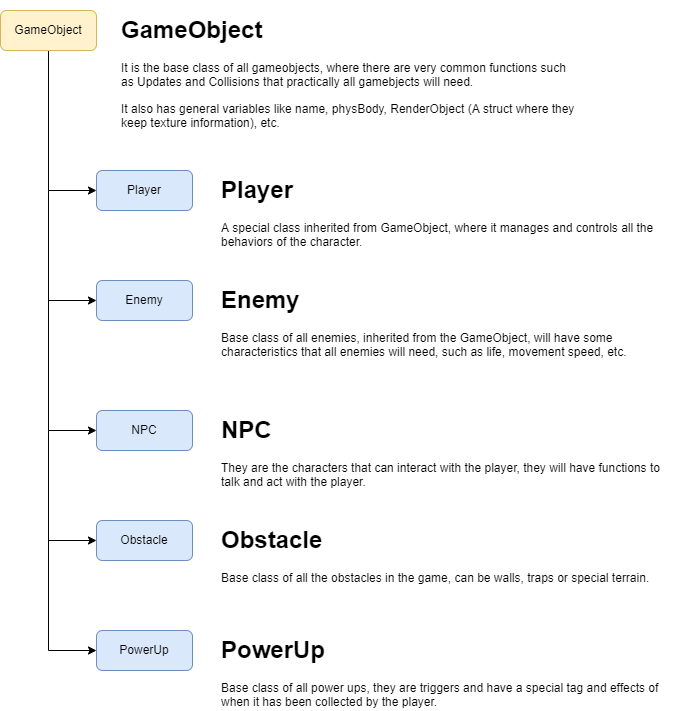
The draw.io diagram img/wiki_img/TDD/GameObject.png in Project2CITM/The-Last-Purifier, before a commit. Source tidied: cells renumbered, new cells last; positions are measured from the earlier drawing's top-left corner, leaving out a move shared by most shapes. Its diagram source:
```xml
<mxGraphModel>
  <root>
    <mxCell id="0" />
    <mxCell id="1" parent="0" />
    <mxCell id="2" style="edgeStyle=orthogonalEdgeStyle;rounded=0;jettySize=auto;html=1;exitX=0.5;exitY=1;exitDx=0;exitDy=0;entryX=0;entryY=0.5;entryDx=0;entryDy=0;" parent="1" edge="1" source="7" target="8">
      <mxGeometry relative="1" as="geometry" />
    </mxCell>
    <mxCell id="3" style="edgeStyle=orthogonalEdgeStyle;rounded=0;jettySize=auto;html=1;exitX=0.5;exitY=1;exitDx=0;exitDy=0;entryX=0;entryY=0.5;entryDx=0;entryDy=0;" parent="1" edge="1" source="7" target="9">
      <mxGeometry relative="1" as="geometry" />
    </mxCell>
    <mxCell id="4" style="edgeStyle=orthogonalEdgeStyle;rounded=0;jettySize=auto;html=1;exitX=0.5;exitY=1;exitDx=0;exitDy=0;entryX=0;entryY=0.5;entryDx=0;entryDy=0;" parent="1" edge="1" source="7" target="10">
      <mxGeometry relative="1" as="geometry" />
    </mxCell>
    <mxCell id="5" style="edgeStyle=orthogonalEdgeStyle;rounded=0;jettySize=auto;html=1;exitX=0.5;exitY=1;exitDx=0;exitDy=0;entryX=0;entryY=0.5;entryDx=0;entryDy=0;" parent="1" edge="1" source="7" target="11">
      <mxGeometry relative="1" as="geometry" />
    </mxCell>
    <mxCell id="6" style="edgeStyle=orthogonalEdgeStyle;rounded=0;jettySize=auto;html=1;exitX=0.5;exitY=1;exitDx=0;exitDy=0;entryX=0;entryY=0.5;entryDx=0;entryDy=0;" parent="1" edge="1" source="7" target="12">
      <mxGeometry relative="1" as="geometry" />
    </mxCell>
    <mxCell id="7" value="GameObject" style="rounded=1;whiteSpace=wrap;html=1;fillColor=#fff2cc;strokeColor=#d6b656;" parent="1" vertex="1">
      <mxGeometry width="96" height="40" as="geometry" />
    </mxCell>
    <mxCell id="8" value="Enemy" style="rounded=1;whiteSpace=wrap;html=1;fillColor=#dae8fc;strokeColor=#6c8ebf;" parent="1" vertex="1">
      <mxGeometry x="96" y="270" width="96" height="40" as="geometry" />
    </mxCell>
    <mxCell id="9" value="Player" style="rounded=1;whiteSpace=wrap;html=1;fillColor=#dae8fc;strokeColor=#6c8ebf;" parent="1" vertex="1">
      <mxGeometry x="96" y="160" width="96" height="40" as="geometry" />
    </mxCell>
    <mxCell id="10" value="NPC" style="rounded=1;whiteSpace=wrap;html=1;fillColor=#dae8fc;strokeColor=#6c8ebf;" parent="1" vertex="1">
      <mxGeometry x="96" y="400" width="96" height="40" as="geometry" />
    </mxCell>
    <mxCell id="11" value="Obstacle" style="rounded=1;whiteSpace=wrap;html=1;fillColor=#dae8fc;strokeColor=#6c8ebf;" parent="1" vertex="1">
      <mxGeometry x="96" y="510" width="96" height="40" as="geometry" />
    </mxCell>
    <mxCell id="12" value="PowerUp" style="rounded=1;whiteSpace=wrap;html=1;fillColor=#dae8fc;strokeColor=#6c8ebf;" parent="1" vertex="1">
      <mxGeometry x="96" y="620" width="96" height="40" as="geometry" />
    </mxCell>
    <mxCell id="13" value="&lt;h1&gt;GameObject&lt;/h1&gt;&lt;p&gt;It is the base class of all gameobjects, where there are very common functions such as Updates and Collisions that practically all gamebjects will need.&lt;/p&gt;&lt;p&gt;It also has general variables like name, physBody, RenderObject (A struct where they keep texture information), etc.&lt;/p&gt;" style="text;html=1;strokeColor=none;fillColor=none;spacing=5;spacingTop=-20;whiteSpace=wrap;overflow=hidden;rounded=0;" parent="1" vertex="1">
      <mxGeometry x="116" width="467" height="120" as="geometry" />
    </mxCell>
    <mxCell id="14" value="&lt;h1&gt;Player&lt;/h1&gt;&lt;p&gt;A special class inherited from GameObject, where it manages and controls all the behaviors of the character.&lt;br&gt;&lt;/p&gt;" style="text;html=1;strokeColor=none;fillColor=none;spacing=5;spacingTop=-20;whiteSpace=wrap;overflow=hidden;rounded=0;" parent="1" vertex="1">
      <mxGeometry x="216" y="160" width="467" height="90" as="geometry" />
    </mxCell>
    <mxCell id="15" value="&lt;h1&gt;Enemy&lt;/h1&gt;&lt;p&gt;Base class of all enemies, inherited from the GameObject, will have some characteristics that all enemies will need, such as life, movement speed, etc.&lt;br&gt;&lt;/p&gt;" style="text;html=1;strokeColor=none;fillColor=none;spacing=5;spacingTop=-20;whiteSpace=wrap;overflow=hidden;rounded=0;" parent="1" vertex="1">
      <mxGeometry x="216" y="270" width="467" height="90" as="geometry" />
    </mxCell>
    <mxCell id="16" value="&lt;h1&gt;NPC&lt;/h1&gt;&lt;p&gt;They are the characters that can interact with the player, they will have functions to talk and act with the player.&lt;br&gt;&lt;/p&gt;" style="text;html=1;strokeColor=none;fillColor=none;spacing=5;spacingTop=-20;whiteSpace=wrap;overflow=hidden;rounded=0;" parent="1" vertex="1">
      <mxGeometry x="216" y="400" width="467" height="80" as="geometry" />
    </mxCell>
    <mxCell id="17" value="&lt;h1&gt;Obstacle&lt;/h1&gt;&lt;p&gt;Base class of all the obstacles in the game, can be walls, traps or special terrain.&lt;br&gt;&lt;/p&gt;" style="text;html=1;strokeColor=none;fillColor=none;spacing=5;spacingTop=-20;whiteSpace=wrap;overflow=hidden;rounded=0;" parent="1" vertex="1">
      <mxGeometry x="216" y="510" width="467" height="70" as="geometry" />
    </mxCell>
    <mxCell id="18" value="&lt;h1&gt;PowerUp&lt;/h1&gt;&lt;p&gt;Base class of all power ups, they are triggers and have a special tag and effects of when it has been collected by the player.&lt;br&gt;&lt;/p&gt;" style="text;html=1;strokeColor=none;fillColor=none;spacing=5;spacingTop=-20;whiteSpace=wrap;overflow=hidden;rounded=0;" parent="1" vertex="1">
      <mxGeometry x="216" y="620" width="467" height="80" as="geometry" />
    </mxCell>
  </root>
</mxGraphModel>
```
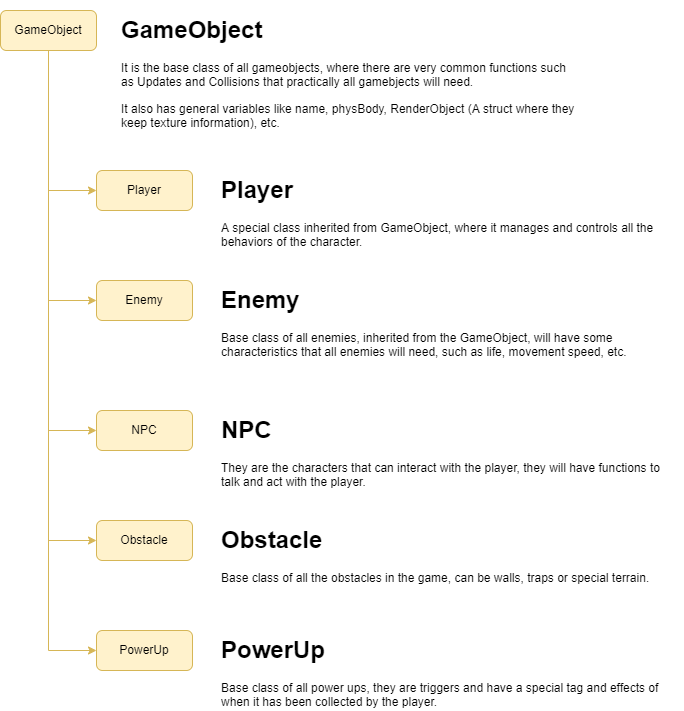
The same diagram one commit later.

What changed in the source:
```diff
@@ -2,37 +2,37 @@
   <root>
     <mxCell id="0" />
     <mxCell id="1" parent="0" />
-    <mxCell id="2" style="edgeStyle=orthogonalEdgeStyle;rounded=0;jettySize=auto;html=1;exitX=0.5;exitY=1;exitDx=0;exitDy=0;entryX=0;entryY=0.5;entryDx=0;entryDy=0;" parent="1" edge="1" source="7" target="8">
+    <mxCell id="2" style="edgeStyle=orthogonalEdgeStyle;rounded=0;jettySize=auto;html=1;exitX=0.5;exitY=1;exitDx=0;exitDy=0;entryX=0;entryY=0.5;entryDx=0;entryDy=0;fillColor=#fff2cc;strokeColor=#d6b656;" parent="1" edge="1" source="7" target="8">
       <mxGeometry relative="1" as="geometry" />
     </mxCell>
-    <mxCell id="3" style="edgeStyle=orthogonalEdgeStyle;rounded=0;jettySize=auto;html=1;exitX=0.5;exitY=1;exitDx=0;exitDy=0;entryX=0;entryY=0.5;entryDx=0;entryDy=0;" parent="1" edge="1" source="7" target="9">
+    <mxCell id="3" style="edgeStyle=orthogonalEdgeStyle;rounded=0;jettySize=auto;html=1;exitX=0.5;exitY=1;exitDx=0;exitDy=0;entryX=0;entryY=0.5;entryDx=0;entryDy=0;fillColor=#fff2cc;strokeColor=#d6b656;" parent="1" edge="1" source="7" target="9">
       <mxGeometry relative="1" as="geometry" />
     </mxCell>
-    <mxCell id="4" style="edgeStyle=orthogonalEdgeStyle;rounded=0;jettySize=auto;html=1;exitX=0.5;exitY=1;exitDx=0;exitDy=0;entryX=0;entryY=0.5;entryDx=0;entryDy=0;" parent="1" edge="1" source="7" target="10">
+    <mxCell id="4" style="edgeStyle=orthogonalEdgeStyle;rounded=0;jettySize=auto;html=1;exitX=0.5;exitY=1;exitDx=0;exitDy=0;entryX=0;entryY=0.5;entryDx=0;entryDy=0;fillColor=#fff2cc;strokeColor=#d6b656;" parent="1" edge="1" source="7" target="10">
       <mxGeometry relative="1" as="geometry" />
     </mxCell>
-    <mxCell id="5" style="edgeStyle=orthogonalEdgeStyle;rounded=0;jettySize=auto;html=1;exitX=0.5;exitY=1;exitDx=0;exitDy=0;entryX=0;entryY=0.5;entryDx=0;entryDy=0;" parent="1" edge="1" source="7" target="11">
+    <mxCell id="5" style="edgeStyle=orthogonalEdgeStyle;rounded=0;jettySize=auto;html=1;exitX=0.5;exitY=1;exitDx=0;exitDy=0;entryX=0;entryY=0.5;entryDx=0;entryDy=0;fillColor=#fff2cc;strokeColor=#d6b656;" parent="1" edge="1" source="7" target="11">
       <mxGeometry relative="1" as="geometry" />
     </mxCell>
-    <mxCell id="6" style="edgeStyle=orthogonalEdgeStyle;rounded=0;jettySize=auto;html=1;exitX=0.5;exitY=1;exitDx=0;exitDy=0;entryX=0;entryY=0.5;entryDx=0;entryDy=0;" parent="1" edge="1" source="7" target="12">
+    <mxCell id="6" style="edgeStyle=orthogonalEdgeStyle;rounded=0;jettySize=auto;html=1;exitX=0.5;exitY=1;exitDx=0;exitDy=0;entryX=0;entryY=0.5;entryDx=0;entryDy=0;fillColor=#fff2cc;strokeColor=#d6b656;" parent="1" edge="1" source="7" target="12">
       <mxGeometry relative="1" as="geometry" />
     </mxCell>
     <mxCell id="7" value="GameObject" style="rounded=1;whiteSpace=wrap;html=1;fillColor=#fff2cc;strokeColor=#d6b656;" parent="1" vertex="1">
       <mxGeometry width="96" height="40" as="geometry" />
     </mxCell>
-    <mxCell id="8" value="Enemy" style="rounded=1;whiteSpace=wrap;html=1;fillColor=#dae8fc;strokeColor=#6c8ebf;" parent="1" vertex="1">
+    <mxCell id="8" value="Enemy" style="rounded=1;whiteSpace=wrap;html=1;fillColor=#fff2cc;strokeColor=#d6b656;" parent="1" vertex="1">
       <mxGeometry x="96" y="270" width="96" height="40" as="geometry" />
     </mxCell>
-    <mxCell id="9" value="Player" style="rounded=1;whiteSpace=wrap;html=1;fillColor=#dae8fc;strokeColor=#6c8ebf;" parent="1" vertex="1">
+    <mxCell id="9" value="Player" style="rounded=1;whiteSpace=wrap;html=1;fillColor=#fff2cc;strokeColor=#d6b656;" parent="1" vertex="1">
       <mxGeometry x="96" y="160" width="96" height="40" as="geometry" />
     </mxCell>
-    <mxCell id="10" value="NPC" style="rounded=1;whiteSpace=wrap;html=1;fillColor=#dae8fc;strokeColor=#6c8ebf;" parent="1" vertex="1">
+    <mxCell id="10" value="NPC" style="rounded=1;whiteSpace=wrap;html=1;fillColor=#fff2cc;strokeColor=#d6b656;" parent="1" vertex="1">
       <mxGeometry x="96" y="400" width="96" height="40" as="geometry" />
     </mxCell>
-    <mxCell id="11" value="Obstacle" style="rounded=1;whiteSpace=wrap;html=1;fillColor=#dae8fc;strokeColor=#6c8ebf;" parent="1" vertex="1">
+    <mxCell id="11" value="Obstacle" style="rounded=1;whiteSpace=wrap;html=1;fillColor=#fff2cc;strokeColor=#d6b656;" parent="1" vertex="1">
       <mxGeometry x="96" y="510" width="96" height="40" as="geometry" />
     </mxCell>
-    <mxCell id="12" value="PowerUp" style="rounded=1;whiteSpace=wrap;html=1;fillColor=#dae8fc;strokeColor=#6c8ebf;" parent="1" vertex="1">
+    <mxCell id="12" value="PowerUp" style="rounded=1;whiteSpace=wrap;html=1;fillColor=#fff2cc;strokeColor=#d6b656;" parent="1" vertex="1">
       <mxGeometry x="96" y="620" width="96" height="40" as="geometry" />
     </mxCell>
     <mxCell id="13" value="&lt;h1&gt;GameObject&lt;/h1&gt;&lt;p&gt;It is the base class of all gameobjects, where there are very common functions such as Updates and Collisions that practically all gamebjects will need.&lt;/p&gt;&lt;p&gt;It also has general variables like name, physBody, RenderObject (A struct where they keep texture information), etc.&lt;/p&gt;" style="text;html=1;strokeColor=none;fillColor=none;spacing=5;spacingTop=-20;whiteSpace=wrap;overflow=hidden;rounded=0;" parent="1" vertex="1">
```
